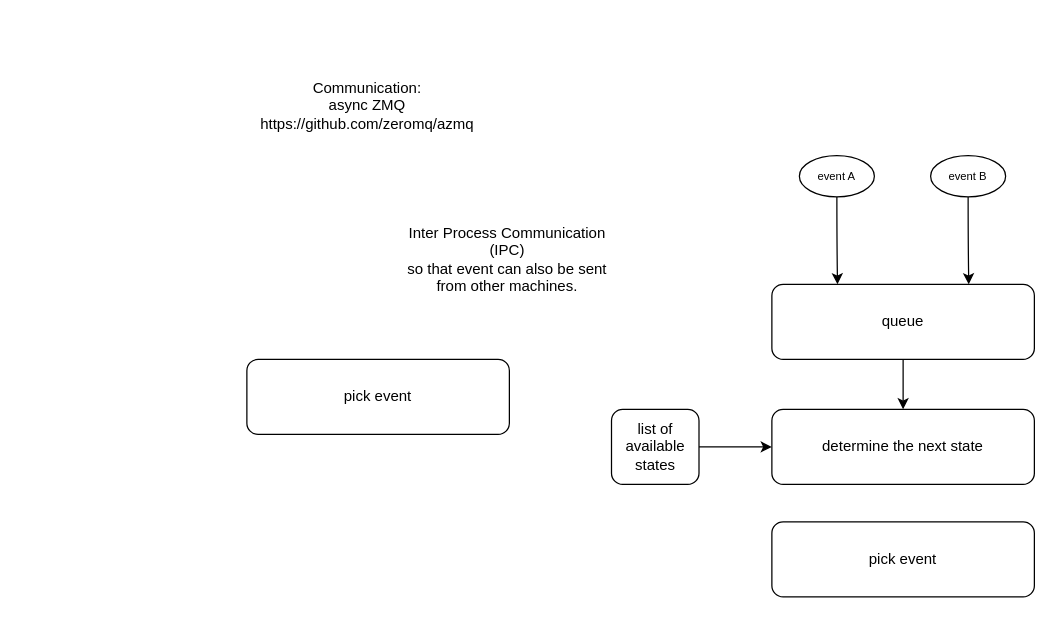
Above: design.drawio in keivanzavari/state-machine (draw.io), before the change. Source tidied: cells renumbered, new cells numbered last; positions are measured from the earlier drawing's top-left corner, leaving out a move shared by most shapes. Both pictures are drawn from the tidied source at 125%, with x=0, y=0 at pixel (209, 55).
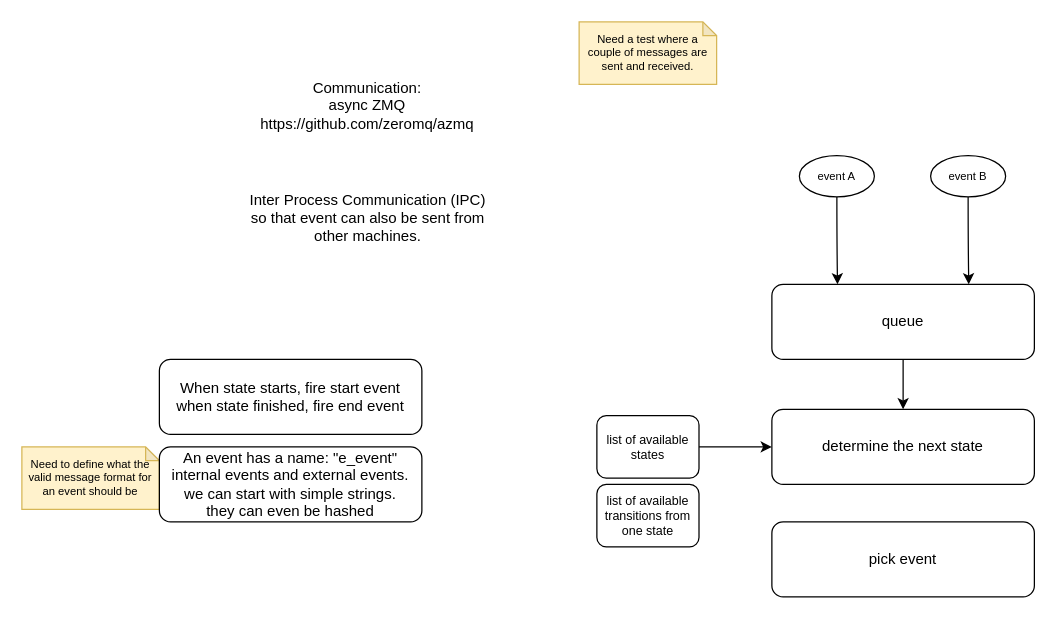
The same diagram, later.

Change to the diagram source:
```diff
@@
 <mxGraphModel>
   <root>
     <mxCell id="0" />
     <mxCell id="1" parent="0" />
     <mxCell id="2" value="Inter Process Communication (IPC)&lt;br&gt;so that event can also be sent from other machines." style="text;html=1;strokeColor=none;fillColor=none;align=center;verticalAlign=middle;whiteSpace=wrap;rounded=0;" parent="1" vertex="1">
-      <mxGeometry x="155" y="113" width="166.7" height="100" as="geometry" />
+      <mxGeometry x="21.7" y="80" width="210" height="100" as="geometry" />
     </mxCell>
     <mxCell id="3" value="Communication:&lt;br&gt;async ZMQ&lt;br&gt;https://github.com/zeromq/azmq" style="text;html=1;strokeColor=none;fillColor=none;align=center;verticalAlign=middle;whiteSpace=wrap;rounded=0;" parent="1" vertex="1">
       <mxGeometry width="253.3" height="80" as="geometry" />
     </mxCell>
     <mxCell id="4" style="edgeStyle=orthogonalEdgeStyle;curved=1;rounded=0;jettySize=auto;html=1;fontSize=9;" parent="1" edge="1" source="5" target="8">
       <mxGeometry relative="1" as="geometry" />
     </mxCell>
     <mxCell id="5" value="queue" style="rounded=1;whiteSpace=wrap;html=1;" parent="1" vertex="1">
       <mxGeometry x="450" y="183" width="210" height="60" as="geometry" />
     </mxCell>
     <mxCell id="6" style="edgeStyle=orthogonalEdgeStyle;rounded=0;jettySize=auto;html=1;exitX=0.5;exitY=1;exitDx=0;exitDy=0;entryX=0.25;entryY=0;entryDx=0;entryDy=0;fontSize=9;curved=1;" parent="1" edge="1" source="7" target="5">
       <mxGeometry relative="1" as="geometry" />
     </mxCell>
     <mxCell id="7" value="event A" style="ellipse;whiteSpace=wrap;html=1;fontSize=9;" parent="1" vertex="1">
       <mxGeometry x="472" y="80" width="60" height="33" as="geometry" />
     </mxCell>
     <mxCell id="8" value="determine the next state" style="rounded=1;whiteSpace=wrap;html=1;" parent="1" vertex="1">
       <mxGeometry x="450" y="283" width="210" height="60" as="geometry" />
     </mxCell>
     <mxCell id="9" value="pick event" style="rounded=1;whiteSpace=wrap;html=1;" parent="1" vertex="1">
       <mxGeometry x="450" y="373" width="210" height="60" as="geometry" />
     </mxCell>
     <mxCell id="10" style="edgeStyle=orthogonalEdgeStyle;curved=1;rounded=0;jettySize=auto;html=1;fontSize=9;" parent="1" edge="1" source="11" target="8">
       <mxGeometry relative="1" as="geometry" />
     </mxCell>
-    <mxCell id="11" value="list of available states" style="rounded=1;whiteSpace=wrap;html=1;" parent="1" vertex="1">
-      <mxGeometry x="321.7" y="283" width="70" height="60" as="geometry" />
+    <mxCell id="11" value="list of available states" style="rounded=1;whiteSpace=wrap;html=1;fontSize=10;" parent="1" vertex="1">
+      <mxGeometry x="310" y="288" width="81.7" height="50" as="geometry" />
     </mxCell>
     <mxCell id="12" style="edgeStyle=orthogonalEdgeStyle;curved=1;rounded=0;jettySize=auto;html=1;entryX=0.75;entryY=0;entryDx=0;entryDy=0;fontSize=9;" parent="1" edge="1" source="13" target="5">
       <mxGeometry relative="1" as="geometry" />
     </mxCell>
     <mxCell id="13" value="event B" style="ellipse;whiteSpace=wrap;html=1;fontSize=9;" parent="1" vertex="1">
       <mxGeometry x="577" y="80" width="60" height="33" as="geometry" />
     </mxCell>
-    <mxCell id="14" value="pick event" style="rounded=1;whiteSpace=wrap;html=1;" parent="1" vertex="1">
-      <mxGeometry x="30" y="243" width="210" height="60" as="geometry" />
+    <mxCell id="14" value="When state starts, fire start event&lt;br&gt;when state finished, fire end event" style="rounded=1;whiteSpace=wrap;html=1;" parent="1" vertex="1">
+      <mxGeometry x="-40" y="243" width="210" height="60" as="geometry" />
     </mxCell>
+    <mxCell id="15" value="list of available transitions from one state" style="rounded=1;whiteSpace=wrap;html=1;fontSize=10;" parent="1" vertex="1">
+      <mxGeometry x="310" y="343" width="81.7" height="50" as="geometry" />
+    </mxCell>
+    <mxCell id="16" value="Need a test where a couple of messages are sent and received." style="shape=note;whiteSpace=wrap;html=1;backgroundOutline=1;darkOpacity=0.05;fontSize=9;size=11;fillColor=#fff2cc;strokeColor=#d6b656;" parent="1" vertex="1">
+      <mxGeometry x="295.8" y="-27" width="110" height="50" as="geometry" />
+    </mxCell>
+    <mxCell id="17" value="Need to define what the valid message format for an event should be" style="shape=note;whiteSpace=wrap;html=1;backgroundOutline=1;darkOpacity=0.05;fontSize=9;size=11;fillColor=#fff2cc;strokeColor=#d6b656;" parent="1" vertex="1">
+      <mxGeometry x="-150" y="313" width="110" height="50" as="geometry" />
+    </mxCell>
+    <mxCell id="18" value="An event has a name: &quot;e_event&quot;&lt;br&gt;internal events and external events.&lt;br&gt;we can start with simple strings.&lt;br&gt;they can even be hashed" style="rounded=1;whiteSpace=wrap;html=1;" parent="1" vertex="1">
+      <mxGeometry x="-40" y="313" width="210" height="60" as="geometry" />
+    </mxCell>
   </root>
 </mxGraphModel>
```
